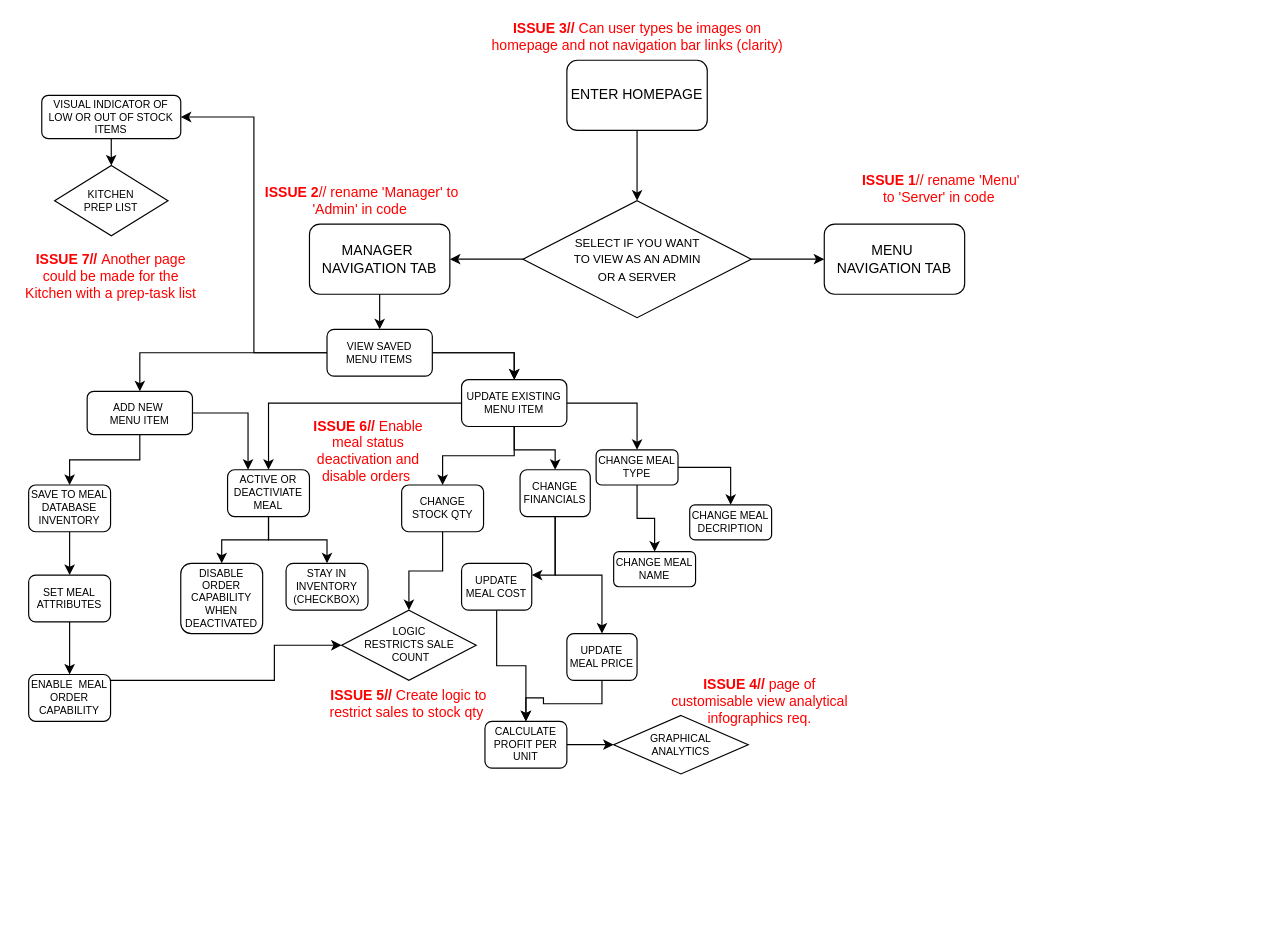
KryptoFlamingo/Inventory_Management_App keeps this draw.io diagram as documentation/Untitled Diagram.drawio. Above is the earlier version. Source tidied: cells renumbered, new cells numbered last; positions are measured from the earlier drawing's top-left corner, leaving out a move shared by most shapes. Both pictures are drawn from the tidied source at 117%, with x=0, y=0 at pixel (20, 25).
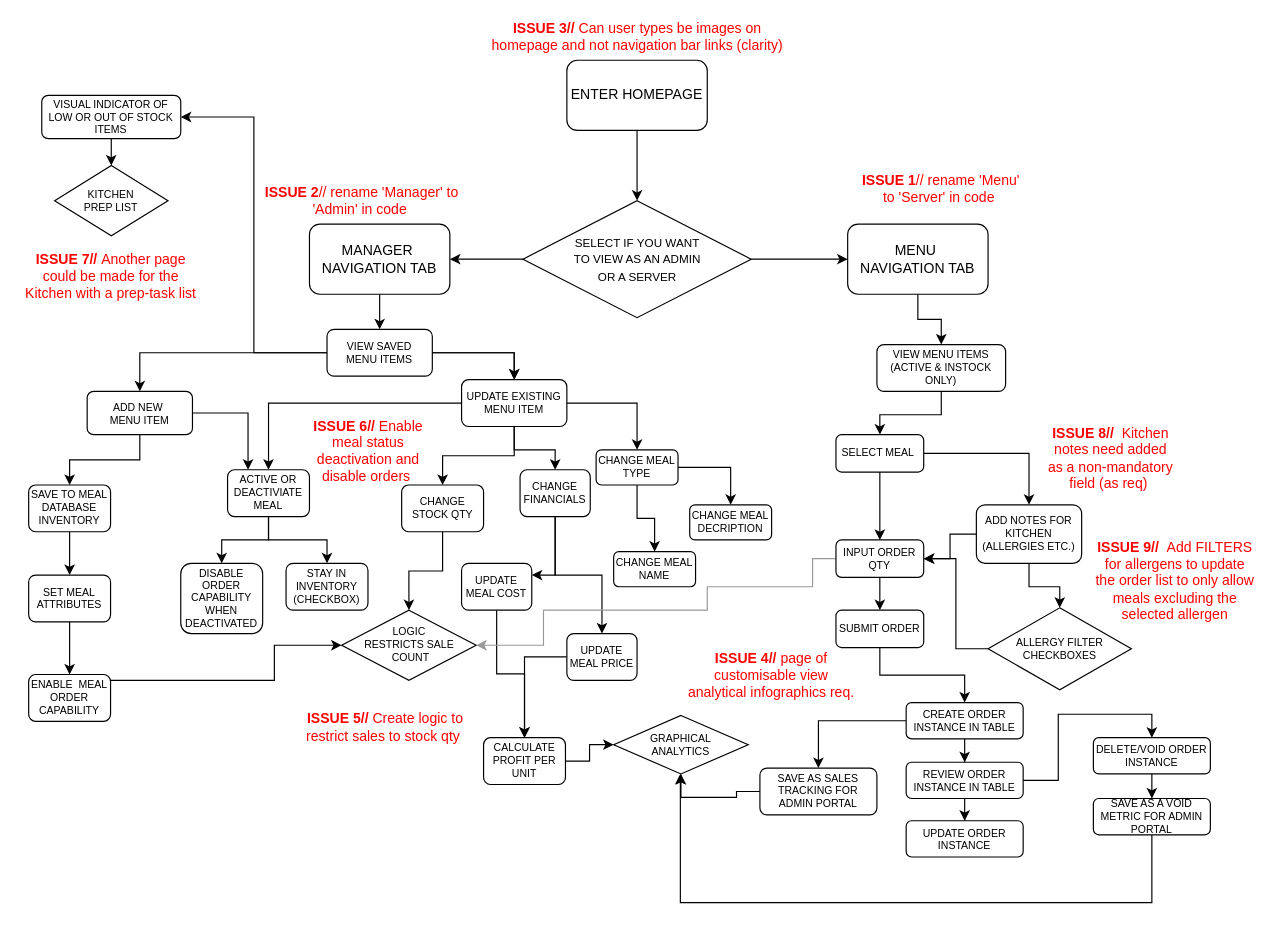
Above is the later version.

Commit message (it also covers changes not shown here):
User Journey Diagram.drawio

Unchanged cells that the change refers to:
```xml
<mxCell id="43" value="GRAPHICAL &lt;br&gt;ANALYTICS" style="rhombus;whiteSpace=wrap;html=1;fontSize=9;" parent="1" vertex="1">
  <mxGeometry x="507" y="590" width="115" height="50" as="geometry" />
</mxCell>
<mxCell id="44" value="LOGIC &lt;br&gt;RESTRICTS SALE&lt;br&gt;&amp;nbsp;COUNT" style="rhombus;whiteSpace=wrap;html=1;fontSize=9;" parent="1" vertex="1">
  <mxGeometry x="274.5" y="500" width="115" height="60" as="geometry" />
</mxCell>
```

What changed in the source:
```diff
@@
+    <mxCell id="63" style="edgeStyle=orthogonalEdgeStyle;rounded=0;jettySize=auto;html=1;fontSize=9;" parent="1" edge="1" source="9" target="65">
+      <mxGeometry relative="1" as="geometry" />
+    </mxCell>
     <mxCell id="9" value="MENU&amp;nbsp;&lt;br&gt;NAVIGATION TAB" style="rounded=1;whiteSpace=wrap;html=1;" parent="1" vertex="1">
-      <mxGeometry x="687" y="170" width="120" height="60" as="geometry" />
+      <mxGeometry x="707" y="170" width="120" height="60" as="geometry" />
     </mxCell>
@@
     <mxCell id="42" value="CALCULATE PROFIT PER UNIT" style="rounded=1;whiteSpace=wrap;html=1;fontSize=9;" parent="1" vertex="1">
-      <mxGeometry x="397" y="595" width="70" height="40" as="geometry" />
+      <mxGeometry x="395.8" y="609" width="70" height="40" as="geometry" />
     </mxCell>
@@
     <mxCell id="45" value="&lt;b&gt;ISSUE 4//&lt;/b&gt;&amp;nbsp;page of customisable view analytical infographics req." style="text;html=1;strokeColor=none;fillColor=none;align=center;verticalAlign=middle;whiteSpace=wrap;rounded=0;fontColor=#FF0000;" parent="1" vertex="1">
-      <mxGeometry x="547" y="568" width="170" height="20" as="geometry" />
+      <mxGeometry x="567" y="540" width="150" height="32" as="geometry" />
     </mxCell>
     <mxCell id="46" value="&lt;b&gt;ISSUE 5//&lt;/b&gt;&amp;nbsp;Create logic to restrict sales to stock qty&amp;nbsp;" style="text;html=1;strokeColor=none;fillColor=none;align=center;verticalAlign=middle;whiteSpace=wrap;rounded=0;fontColor=#FF0000;" parent="1" vertex="1">
-      <mxGeometry x="247" y="559" width="170" height="42" as="geometry" />
+      <mxGeometry x="227" y="579" width="170" height="42" as="geometry" />
     </mxCell>
@@
+    <mxCell id="64" style="edgeStyle=orthogonalEdgeStyle;rounded=0;jettySize=auto;html=1;entryX=0.5;entryY=0;entryDx=0;entryDy=0;fontSize=9;" parent="1" edge="1" source="65" target="68">
+      <mxGeometry relative="1" as="geometry" />
+    </mxCell>
+    <mxCell id="65" value="VIEW MENU ITEMS (ACTIVE &amp;amp; INSTOCK ONLY)" style="rounded=1;whiteSpace=wrap;html=1;fontSize=9;" parent="1" vertex="1">
+      <mxGeometry x="732" y="273" width="110" height="40" as="geometry" />
+    </mxCell>
+    <mxCell id="66" style="edgeStyle=orthogonalEdgeStyle;rounded=0;jettySize=auto;html=1;fontSize=9;" parent="1" edge="1" source="68" target="74">
+      <mxGeometry relative="1" as="geometry" />
+    </mxCell>
+    <mxCell id="67" style="edgeStyle=orthogonalEdgeStyle;rounded=0;jettySize=auto;html=1;entryX=0.5;entryY=0;entryDx=0;entryDy=0;fontSize=9;" parent="1" edge="1" source="68" target="71">
+      <mxGeometry relative="1" as="geometry" />
+    </mxCell>
+    <mxCell id="68" value="SELECT MEAL&amp;nbsp;" style="rounded=1;whiteSpace=wrap;html=1;fontSize=9;" parent="1" vertex="1">
+      <mxGeometry x="697" y="350" width="75" height="32" as="geometry" />
+    </mxCell>
+    <mxCell id="69" style="edgeStyle=orthogonalEdgeStyle;rounded=0;jettySize=auto;html=1;fontSize=9;" parent="1" edge="1" source="71" target="80">
+      <mxGeometry relative="1" as="geometry" />
+    </mxCell>
+    <mxCell id="70" style="edgeStyle=orthogonalEdgeStyle;rounded=0;jettySize=auto;html=1;entryX=1;entryY=0.5;entryDx=0;entryDy=0;strokeColor=#999999;fontSize=9;fontColor=#4D4D4D;" parent="1" edge="1" source="71" target="44">
+      <mxGeometry relative="1" as="geometry">
+        <Array as="points">
+          <mxPoint x="677" y="456" />
+          <mxPoint x="677" y="480" />
+          <mxPoint x="587" y="480" />
+          <mxPoint x="587" y="500" />
+          <mxPoint x="447" y="500" />
+          <mxPoint x="447" y="530" />
+        </Array>
+      </mxGeometry>
+    </mxCell>
+    <mxCell id="71" value="INPUT ORDER QTY" style="rounded=1;whiteSpace=wrap;html=1;fontSize=9;" parent="1" vertex="1">
+      <mxGeometry x="697" y="440" width="75" height="32" as="geometry" />
+    </mxCell>
+    <mxCell id="72" style="edgeStyle=orthogonalEdgeStyle;rounded=0;jettySize=auto;html=1;entryX=1;entryY=0.5;entryDx=0;entryDy=0;fontSize=9;" parent="1" edge="1" source="74" target="71">
+      <mxGeometry relative="1" as="geometry" />
+    </mxCell>
+    <mxCell id="73" style="edgeStyle=orthogonalEdgeStyle;rounded=0;jettySize=auto;html=1;entryX=0.5;entryY=0;entryDx=0;entryDy=0;fontSize=9;" parent="1" edge="1" source="74" target="77">
+      <mxGeometry relative="1" as="geometry" />
+    </mxCell>
+    <mxCell id="74" value="ADD NOTES FOR KITCHEN (ALLERGIES ETC.)" style="rounded=1;whiteSpace=wrap;html=1;fontSize=9;" parent="1" vertex="1">
+      <mxGeometry x="817" y="410" width="90" height="50" as="geometry" />
+    </mxCell>
+    <mxCell id="75" value="&lt;b&gt;ISSUE 8//&amp;nbsp; &lt;/b&gt;Kitchen notes need added as a non-mandatory field (as req)&amp;nbsp;" style="text;html=1;strokeColor=none;fillColor=none;align=center;verticalAlign=middle;whiteSpace=wrap;rounded=0;fontColor=#FF0000;" parent="1" vertex="1">
+      <mxGeometry x="877" y="360" width="110" height="20" as="geometry" />
+    </mxCell>
+    <mxCell id="76" style="edgeStyle=orthogonalEdgeStyle;rounded=0;jettySize=auto;html=1;entryX=1;entryY=0.5;entryDx=0;entryDy=0;fontSize=9;" parent="1" edge="1" source="77" target="71">
+      <mxGeometry relative="1" as="geometry" />
+    </mxCell>
+    <mxCell id="77" value="ALLERGY FILTER CHECKBOXES" style="rhombus;whiteSpace=wrap;html=1;fontSize=9;" parent="1" vertex="1">
+      <mxGeometry x="827" y="498" width="122.5" height="70" as="geometry" />
+    </mxCell>
+    <mxCell id="78" value="&lt;b&gt;ISSUE 9//&amp;nbsp; &lt;/b&gt;Add FILTERS for allergens to update the order list to only allow meals excluding the selected allergen" style="text;html=1;strokeColor=none;fillColor=none;align=center;verticalAlign=middle;whiteSpace=wrap;rounded=0;fontColor=#FF0000;" parent="1" vertex="1">
+      <mxGeometry x="917" y="420" width="140" height="110" as="geometry" />
+    </mxCell>
+    <mxCell id="79" style="edgeStyle=orthogonalEdgeStyle;rounded=0;jettySize=auto;html=1;fontSize=9;" parent="1" edge="1" source="80" target="83">
+      <mxGeometry relative="1" as="geometry" />
+    </mxCell>
+    <mxCell id="80" value="SUBMIT ORDER" style="rounded=1;whiteSpace=wrap;html=1;fontSize=9;" parent="1" vertex="1">
+      <mxGeometry x="697" y="500" width="75" height="32" as="geometry" />
+    </mxCell>
+    <mxCell id="81" style="edgeStyle=orthogonalEdgeStyle;rounded=0;jettySize=auto;html=1;fontSize=9;" parent="1" edge="1" source="83" target="86">
+      <mxGeometry relative="1" as="geometry" />
+    </mxCell>
+    <mxCell id="82" style="edgeStyle=orthogonalEdgeStyle;rounded=0;jettySize=auto;html=1;entryX=0.5;entryY=0;entryDx=0;entryDy=0;fontSize=9;" parent="1" edge="1" source="83" target="93">
+      <mxGeometry relative="1" as="geometry" />
+    </mxCell>
+    <mxCell id="83" value="CREATE ORDER INSTANCE IN TABLE" style="rounded=1;whiteSpace=wrap;html=1;fontSize=9;" parent="1" vertex="1">
+      <mxGeometry x="757" y="579" width="100" height="31" as="geometry" />
+    </mxCell>
+    <mxCell id="84" style="edgeStyle=orthogonalEdgeStyle;rounded=0;jettySize=auto;html=1;entryX=0.5;entryY=0;entryDx=0;entryDy=0;fontSize=9;" parent="1" edge="1" source="86" target="89">
+      <mxGeometry relative="1" as="geometry" />
+    </mxCell>
+    <mxCell id="85" style="edgeStyle=orthogonalEdgeStyle;rounded=0;jettySize=auto;html=1;entryX=0.5;entryY=0;entryDx=0;entryDy=0;fontSize=9;" parent="1" edge="1" source="86" target="87">
+      <mxGeometry relative="1" as="geometry" />
+    </mxCell>
+    <mxCell id="86" value="REVIEW ORDER INSTANCE IN TABLE" style="rounded=1;whiteSpace=wrap;html=1;fontSize=9;" parent="1" vertex="1">
+      <mxGeometry x="757" y="630" width="100" height="31" as="geometry" />
+    </mxCell>
+    <mxCell id="87" value="UPDATE ORDER INSTANCE" style="rounded=1;whiteSpace=wrap;html=1;fontSize=9;" parent="1" vertex="1">
+      <mxGeometry x="757" y="680" width="100" height="31" as="geometry" />
+    </mxCell>
+    <mxCell id="88" style="edgeStyle=orthogonalEdgeStyle;rounded=0;jettySize=auto;html=1;fontSize=9;" parent="1" edge="1" source="89" target="91">
+      <mxGeometry relative="1" as="geometry" />
+    </mxCell>
+    <mxCell id="89" value="DELETE/VOID ORDER INSTANCE" style="rounded=1;whiteSpace=wrap;html=1;fontSize=9;" parent="1" vertex="1">
+      <mxGeometry x="917" y="609" width="100" height="31" as="geometry" />
+    </mxCell>
+    <mxCell id="90" style="edgeStyle=orthogonalEdgeStyle;rounded=0;jettySize=auto;html=1;fontSize=9;" parent="1" edge="1" source="91" target="43">
+      <mxGeometry relative="1" as="geometry">
+        <Array as="points">
+          <mxPoint x="967" y="750" />
+          <mxPoint x="564" y="750" />
+        </Array>
+      </mxGeometry>
+    </mxCell>
+    <mxCell id="91" value="SAVE AS A VOID METRIC FOR ADMIN PORTAL" style="rounded=1;whiteSpace=wrap;html=1;fontSize=9;" parent="1" vertex="1">
+      <mxGeometry x="917" y="661" width="100" height="31" as="geometry" />
+    </mxCell>
+    <mxCell id="92" style="edgeStyle=orthogonalEdgeStyle;rounded=0;jettySize=auto;html=1;entryX=0.5;entryY=1;entryDx=0;entryDy=0;fontSize=9;" parent="1" edge="1" source="93" target="43">
+      <mxGeometry relative="1" as="geometry" />
+    </mxCell>
+    <mxCell id="93" value="SAVE AS SALES TRACKING FOR ADMIN PORTAL" style="rounded=1;whiteSpace=wrap;html=1;fontSize=9;" parent="1" vertex="1">
+      <mxGeometry x="632" y="635" width="100" height="40" as="geometry" />
+    </mxCell>
```
